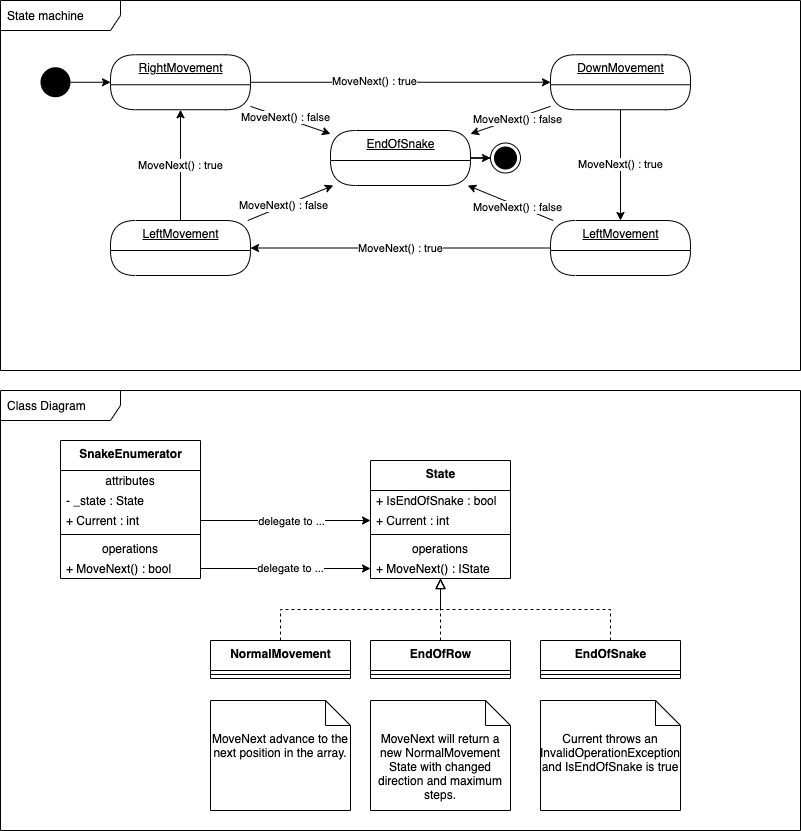
wonderbird/katas-in-csharp keeps this draw.io diagram as Snail/docs/statemachine.drawio.png. Above is the earlier version. Source tidied: cells renumbered, new cells last; positions are measured from the earlier drawing's top-left corner, leaving out a move shared by most shapes.
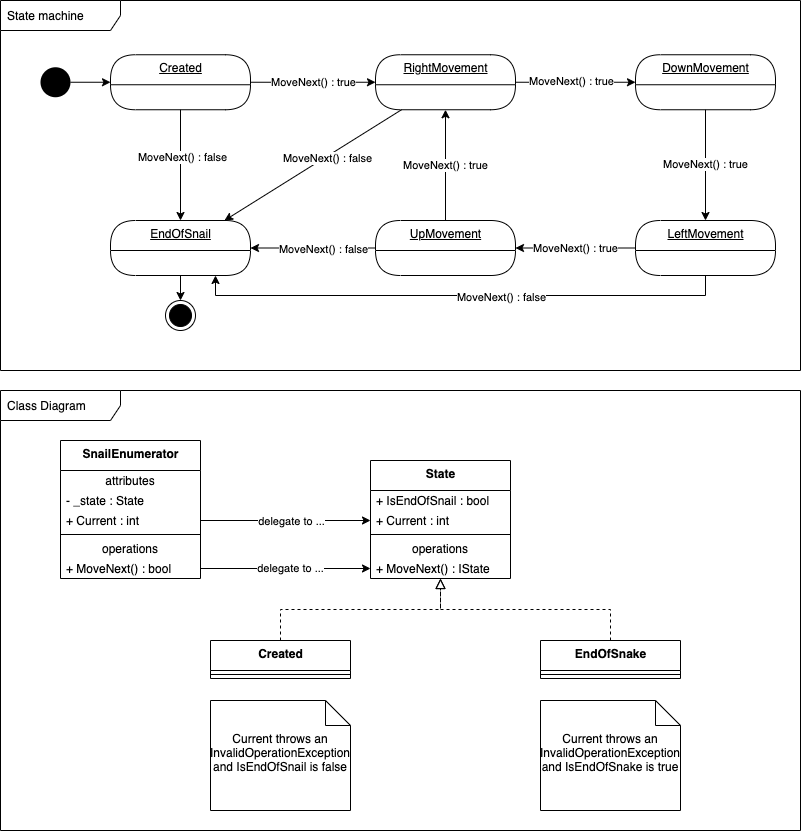
The same diagram one commit later.

Commit message:
feat(snail)!: re-design state machine - 0x0 matrix support

The edit, as a diff of the source:
```diff
@@ -2,6 +2,9 @@
   <root>
     <mxCell id="0" />
     <mxCell id="1" parent="0" />
+    <mxCell id="45" value="Class Diagram" style="shape=umlFrame;whiteSpace=wrap;html=1;width=120;height=30;boundedLbl=1;verticalAlign=middle;align=left;spacingLeft=5;" parent="1" vertex="1">
+      <mxGeometry y="390" width="800" height="440" as="geometry" />
+    </mxCell>
     <mxCell id="2" value="State machine" style="shape=umlFrame;whiteSpace=wrap;html=1;width=120;height=30;boundedLbl=1;verticalAlign=middle;align=left;spacingLeft=5;" parent="1" vertex="1">
       <mxGeometry width="800" height="370" as="geometry" />
     </mxCell>
@@ -19,44 +22,31 @@
     <mxCell id="6" value="MoveNext() : false" style="edgeLabel;html=1;align=center;verticalAlign=middle;" parent="5" vertex="1">
       <mxGeometry x="-0.15" y="1" relative="1" as="geometry" />
     </mxCell>
-    <mxCell id="7" style="edgeStyle=orthogonalEdgeStyle;rounded=0;orthogonalLoop=1;jettySize=auto;html=1;exitX=0.75;exitY=0;exitDx=0;exitDy=0;entryX=0.25;entryY=0;entryDx=0;entryDy=0;" parent="1" edge="1" source="13" target="13">
-      <mxGeometry relative="1" as="geometry">
-        <Array as="points">
-          <mxPoint x="195" y="71" />
-          <mxPoint x="125" y="71" />
-        </Array>
-      </mxGeometry>
-    </mxCell>
-    <mxCell id="8" value="MoveNext() : true" style="edgeLabel;html=1;align=center;verticalAlign=middle;" parent="7" vertex="1">
-      <mxGeometry x="-0.08" y="-1" relative="1" as="geometry">
-        <mxPoint x="-6" as="offset" />
-      </mxGeometry>
-    </mxCell>
     <mxCell id="9" style="rounded=0;jettySize=auto;html=1;edgeStyle=orthogonalEdgeStyle;" parent="1" edge="1" source="16" target="12">
       <mxGeometry relative="1" as="geometry" />
     </mxCell>
-    <mxCell id="10" style="edgeStyle=orthogonalEdgeStyle;rounded=0;jettySize=auto;html=1;entryX=0;entryY=0.5;entryDx=0;entryDy=0;" parent="1" edge="1" source="11" target="13">
+    <mxCell id="10" value="MoveNext() : true" style="edgeStyle=orthogonalEdgeStyle;rounded=0;jettySize=auto;html=1;entryX=0;entryY=0.5;entryDx=0;entryDy=0;startArrow=none;" parent="1" edge="1" source="56" target="13">
       <mxGeometry relative="1" as="geometry" />
     </mxCell>
     <mxCell id="11" style="ellipse;fillColor=#000000;strokeColor=none;" parent="1" vertex="1">
       <mxGeometry x="40" y="66.8" width="30" height="30" as="geometry" />
     </mxCell>
     <mxCell id="12" style="ellipse;html=1;shape=endState;fillColor=#000000;strokeColor=#000000;" parent="1" vertex="1">
-      <mxGeometry x="490" y="142.5" width="30" height="30" as="geometry" />
+      <mxGeometry x="165" y="300" width="30" height="30" as="geometry" />
     </mxCell>
     <mxCell id="13" value="RightMovement" style="swimlane;fontStyle=4;align=center;verticalAlign=top;horizontal=1;startSize=30;html=1;rounded=1;absoluteArcSize=1;arcSize=50;" parent="1" vertex="1">
-      <mxGeometry x="110" y="54.2" width="140" height="55" as="geometry" />
+      <mxGeometry x="375" y="54.2" width="140" height="55" as="geometry" />
     </mxCell>
     <mxCell id="14" value="MoveNext() : true" style="rounded=0;jettySize=auto;html=1;entryX=0.5;entryY=0;entryDx=0;entryDy=0;edgeStyle=orthogonalEdgeStyle;" parent="1" edge="1" source="15" target="47">
       <mxGeometry relative="1" as="geometry" />
     </mxCell>
     <mxCell id="15" value="DownMovement" style="swimlane;fontStyle=4;align=center;verticalAlign=top;horizontal=1;startSize=30;html=1;rounded=1;absoluteArcSize=1;arcSize=50;" parent="1" vertex="1">
-      <mxGeometry x="550" y="54.2" width="140" height="55" as="geometry" />
+      <mxGeometry x="635" y="54.2" width="140" height="55" as="geometry" />
     </mxCell>
-    <mxCell id="16" value="EndOfSnake" style="swimlane;fontStyle=4;align=center;verticalAlign=top;horizontal=1;startSize=30;html=1;rounded=1;absoluteArcSize=1;arcSize=50;" parent="1" vertex="1">
-      <mxGeometry x="330" y="130" width="140" height="55" as="geometry" />
+    <mxCell id="16" value="EndOfSnail" style="swimlane;fontStyle=4;align=center;verticalAlign=top;horizontal=1;startSize=30;html=1;rounded=1;absoluteArcSize=1;arcSize=50;" parent="1" vertex="1">
+      <mxGeometry x="110" y="220" width="140" height="55" as="geometry" />
     </mxCell>
-    <mxCell id="17" value="&lt;b&gt;SnakeEnumerator&lt;/b&gt;" style="swimlane;fontStyle=0;align=center;verticalAlign=top;horizontal=1;startSize=30;html=1;" parent="1" vertex="1">
+    <mxCell id="17" value="&lt;b&gt;SnailEnumerator&lt;/b&gt;" style="swimlane;fontStyle=0;align=center;verticalAlign=top;horizontal=1;startSize=30;html=1;" parent="1" vertex="1">
       <mxGeometry x="60" y="440" width="140" height="138" as="geometry" />
     </mxCell>
     <mxCell id="18" value="attributes" style="text;html=1;strokeColor=none;fillColor=none;align=center;verticalAlign=middle;spacingLeft=4;spacingRight=4;overflow=hidden;" parent="17" vertex="1">
@@ -80,7 +70,7 @@
     <mxCell id="24" value="&lt;b&gt;State&lt;/b&gt;" style="swimlane;fontStyle=0;align=center;verticalAlign=top;horizontal=1;startSize=30;html=1;" parent="1" vertex="1">
       <mxGeometry x="370" y="460" width="140" height="118" as="geometry" />
     </mxCell>
-    <mxCell id="25" value="+ IsEndOfSnake : bool" style="text;html=1;strokeColor=none;fillColor=none;align=left;verticalAlign=middle;spacingLeft=4;spacingRight=4;overflow=hidden;" parent="24" vertex="1">
+    <mxCell id="25" value="+ IsEndOfSnail : bool" style="text;html=1;strokeColor=none;fillColor=none;align=left;verticalAlign=middle;spacingLeft=4;spacingRight=4;overflow=hidden;" parent="24" vertex="1">
       <mxGeometry y="30" width="140" height="20" as="geometry" />
     </mxCell>
     <mxCell id="26" value="+ Current : int" style="text;html=1;strokeColor=none;fillColor=none;align=left;verticalAlign=middle;spacingLeft=4;spacingRight=4;overflow=hidden;points=[[0,0.5],[1,0.5]];portConstraint=eastwest;" parent="24" vertex="1">
@@ -95,7 +85,7 @@
     <mxCell id="29" value="+ MoveNext() : IState" style="text;html=1;strokeColor=none;fillColor=none;align=left;verticalAlign=middle;spacingLeft=4;spacingRight=4;overflow=hidden;points=[[0,0.5],[1,0.5]];portConstraint=eastwest;" parent="24" vertex="1">
       <mxGeometry y="98" width="140" height="20" as="geometry" />
     </mxCell>
-    <mxCell id="30" value="&lt;b&gt;NormalMovement&lt;/b&gt;" style="swimlane;fontStyle=0;align=center;verticalAlign=top;horizontal=1;startSize=30;html=1;" parent="1" vertex="1">
+    <mxCell id="30" value="&lt;b&gt;Created&lt;/b&gt;" style="swimlane;fontStyle=0;align=center;verticalAlign=top;horizontal=1;startSize=30;html=1;" parent="1" vertex="1">
       <mxGeometry x="210" y="640" width="140" height="38" as="geometry" />
     </mxCell>
     <mxCell id="31" style="line;strokeWidth=1;fillColor=none;align=left;verticalAlign=middle;spacingTop=-1;spacingLeft=3;spacingRight=3;labelPosition=right;" parent="30" vertex="1">
@@ -104,15 +94,6 @@
     <mxCell id="32" style="endArrow=block;startArrow=none;endFill=0;startFill=0;endSize=8;html=1;verticalAlign=bottom;dashed=1;labelBackgroundColor=none;rounded=0;edgeStyle=orthogonalEdgeStyle;exitX=0.5;exitY=0;exitDx=0;exitDy=0;" parent="1" edge="1" source="30" target="24">
       <mxGeometry relative="1" as="geometry" />
     </mxCell>
-    <mxCell id="33" value="&lt;b&gt;EndOfRow&lt;/b&gt;" style="swimlane;fontStyle=0;align=center;verticalAlign=top;horizontal=1;startSize=30;html=1;" parent="1" vertex="1">
-      <mxGeometry x="370" y="640" width="140" height="38" as="geometry" />
-    </mxCell>
-    <mxCell id="34" style="line;strokeWidth=1;fillColor=none;align=left;verticalAlign=middle;spacingTop=-1;spacingLeft=3;spacingRight=3;labelPosition=right;" parent="33" vertex="1">
-      <mxGeometry y="30" width="140" height="8" as="geometry" />
-    </mxCell>
-    <mxCell id="35" style="endArrow=block;startArrow=none;endFill=0;startFill=0;endSize=8;html=1;verticalAlign=bottom;dashed=1;labelBackgroundColor=none;rounded=0;edgeStyle=orthogonalEdgeStyle;exitX=0.5;exitY=0;exitDx=0;exitDy=0;" parent="1" edge="1" source="33" target="24">
-      <mxGeometry relative="1" as="geometry" />
-    </mxCell>
     <mxCell id="36" value="&lt;b&gt;EndOfSnake&lt;/b&gt;" style="swimlane;fontStyle=0;align=center;verticalAlign=top;horizontal=1;startSize=30;html=1;" parent="1" vertex="1">
       <mxGeometry x="540" y="640" width="140" height="38" as="geometry" />
     </mxCell>
@@ -136,44 +117,44 @@
     <mxCell id="42" value="Current throws an InvalidOperationException and IsEndOfSnake is true" style="shape=note2;boundedLbl=1;whiteSpace=wrap;html=1;size=25;verticalAlign=top;align=center;" parent="1" vertex="1">
       <mxGeometry x="540" y="700" width="140" height="110" as="geometry" />
     </mxCell>
-    <mxCell id="43" value="MoveNext will return a new NormalMovement State with changed direction and maximum steps." style="shape=note2;boundedLbl=1;whiteSpace=wrap;html=1;size=25;verticalAlign=top;align=center;" parent="1" vertex="1">
-      <mxGeometry x="370" y="700" width="140" height="110" as="geometry" />
-    </mxCell>
-    <mxCell id="44" value="MoveNext advance to the next position in the array." style="shape=note2;boundedLbl=1;whiteSpace=wrap;html=1;size=25;verticalAlign=top;align=center;" parent="1" vertex="1">
+    <mxCell id="44" value="Current throws an InvalidOperationException and IsEndOfSnail is false" style="shape=note2;boundedLbl=1;whiteSpace=wrap;html=1;size=25;verticalAlign=top;align=center;" parent="1" vertex="1">
       <mxGeometry x="210" y="700" width="140" height="110" as="geometry" />
     </mxCell>
-    <mxCell id="45" value="Class Diagram" style="shape=umlFrame;whiteSpace=wrap;html=1;width=120;height=30;boundedLbl=1;verticalAlign=middle;align=left;spacingLeft=5;" parent="1" vertex="1">
-      <mxGeometry y="390" width="800" height="440" as="geometry" />
-    </mxCell>
-    <mxCell id="46" value="MoveNext() : true" style="edgeStyle=none;rounded=0;jettySize=auto;html=1;entryX=1;entryY=0.5;entryDx=0;entryDy=0;" parent="1" edge="1" source="47" target="49">
+    <mxCell id="46" value="MoveNext() : true" style="edgeStyle=orthogonalEdgeStyle;rounded=0;jettySize=auto;html=1;endArrow=classic;endFill=1;" parent="1" edge="1" source="47" target="49">
       <mxGeometry relative="1" as="geometry" />
     </mxCell>
     <mxCell id="47" value="LeftMovement" style="swimlane;fontStyle=4;align=center;verticalAlign=top;horizontal=1;startSize=30;html=1;rounded=1;absoluteArcSize=1;arcSize=50;" parent="1" vertex="1">
-      <mxGeometry x="550" y="220" width="140" height="55" as="geometry" />
+      <mxGeometry x="635" y="220" width="140" height="55" as="geometry" />
     </mxCell>
     <mxCell id="48" value="MoveNext() : true" style="edgeStyle=none;rounded=0;jettySize=auto;html=1;entryX=0.5;entryY=1;entryDx=0;entryDy=0;" parent="1" edge="1" source="49" target="13">
       <mxGeometry relative="1" as="geometry" />
     </mxCell>
-    <mxCell id="49" value="LeftMovement" style="swimlane;fontStyle=4;align=center;verticalAlign=top;horizontal=1;startSize=30;html=1;rounded=1;absoluteArcSize=1;arcSize=50;" parent="1" vertex="1">
-      <mxGeometry x="110" y="220" width="140" height="55" as="geometry" />
+    <mxCell id="49" value="UpMovement" style="swimlane;fontStyle=4;align=center;verticalAlign=top;horizontal=1;startSize=30;html=1;rounded=1;absoluteArcSize=1;arcSize=50;" parent="1" vertex="1">
+      <mxGeometry x="375" y="220" width="140" height="55" as="geometry" />
     </mxCell>
-    <mxCell id="50" style="rounded=0;jettySize=auto;html=1;" parent="1" edge="1" source="15" target="16">
-      <mxGeometry relative="1" as="geometry" />
-    </mxCell>
-    <mxCell id="51" value="MoveNext() : false" style="edgeLabel;html=1;align=center;verticalAlign=middle;" parent="50" vertex="1">
-      <mxGeometry x="-0.15" y="1" relative="1" as="geometry" />
-    </mxCell>
     <mxCell id="52" style="rounded=0;jettySize=auto;html=1;" parent="1" edge="1" source="49" target="16">
       <mxGeometry relative="1" as="geometry" />
     </mxCell>
     <mxCell id="53" value="MoveNext() : false" style="edgeLabel;html=1;align=center;verticalAlign=middle;" parent="52" vertex="1">
       <mxGeometry x="-0.15" y="1" relative="1" as="geometry" />
     </mxCell>
-    <mxCell id="54" style="rounded=0;jettySize=auto;html=1;" parent="1" edge="1" source="47" target="16">
+    <mxCell id="54" style="rounded=0;jettySize=auto;html=1;edgeStyle=orthogonalEdgeStyle;exitX=0.5;exitY=1;exitDx=0;exitDy=0;entryX=0.75;entryY=1;entryDx=0;entryDy=0;" parent="1" edge="1" source="47" target="16">
       <mxGeometry relative="1" as="geometry" />
     </mxCell>
     <mxCell id="55" value="MoveNext() : false" style="edgeLabel;html=1;align=center;verticalAlign=middle;" parent="54" vertex="1">
       <mxGeometry x="-0.15" y="1" relative="1" as="geometry" />
     </mxCell>
+    <mxCell id="56" value="Created" style="swimlane;fontStyle=4;align=center;verticalAlign=top;horizontal=1;startSize=30;html=1;rounded=1;absoluteArcSize=1;arcSize=140;" parent="1" vertex="1">
+      <mxGeometry x="110" y="54.2" width="140" height="55" as="geometry" />
+    </mxCell>
+    <mxCell id="57" style="edgeStyle=orthogonalEdgeStyle;rounded=0;jettySize=auto;html=1;entryX=0;entryY=0.5;entryDx=0;entryDy=0;endArrow=classic;endFill=1;" parent="1" edge="1" source="11" target="56">
+      <mxGeometry relative="1" as="geometry" />
+    </mxCell>
+    <mxCell id="58" style="rounded=0;jettySize=auto;html=1;" parent="1" edge="1" source="56" target="16">
+      <mxGeometry relative="1" as="geometry" />
+    </mxCell>
+    <mxCell id="51" value="MoveNext() : false" style="edgeLabel;html=1;align=center;verticalAlign=middle;" parent="58" vertex="1">
+      <mxGeometry x="-0.15" y="1" relative="1" as="geometry" />
+    </mxCell>
   </root>
 </mxGraphModel>
```
